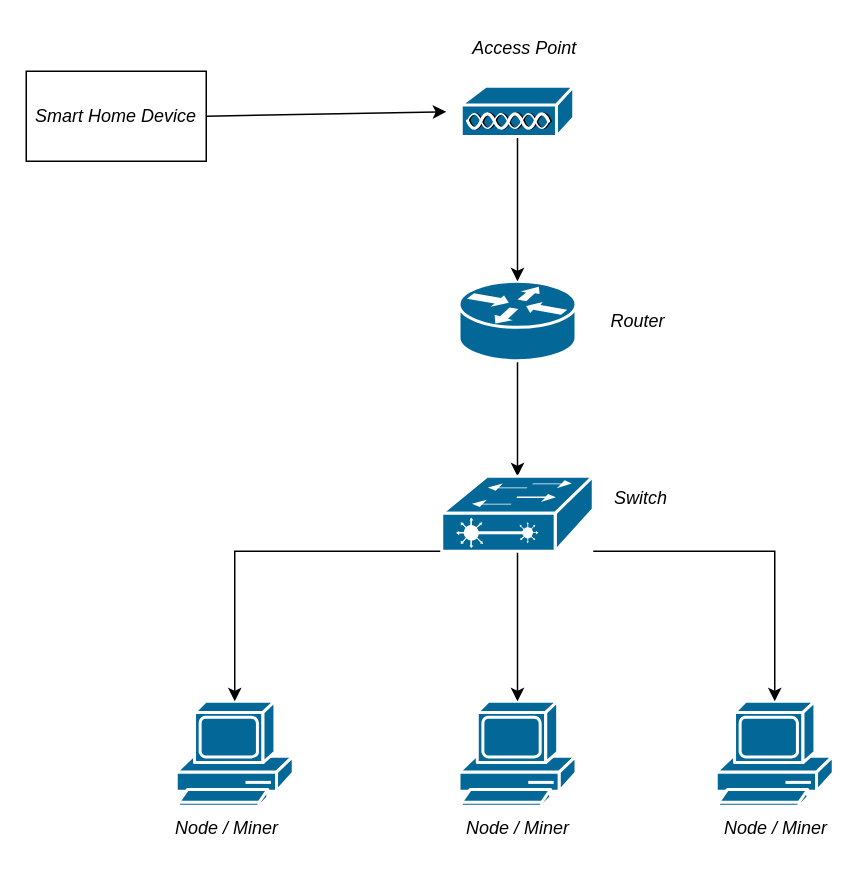
Earlier version of the draw.io diagram Tugas Akhir/Source/Image/bc.drawio (okilalu/report-ta). Source tidied: cells renumbered, new cells numbered last; positions are measured from the earlier drawing's top-left corner, leaving out a move shared by most shapes. Both pictures are drawn from the tidied source at 150%, with x=0, y=0 at pixel (26, 26).
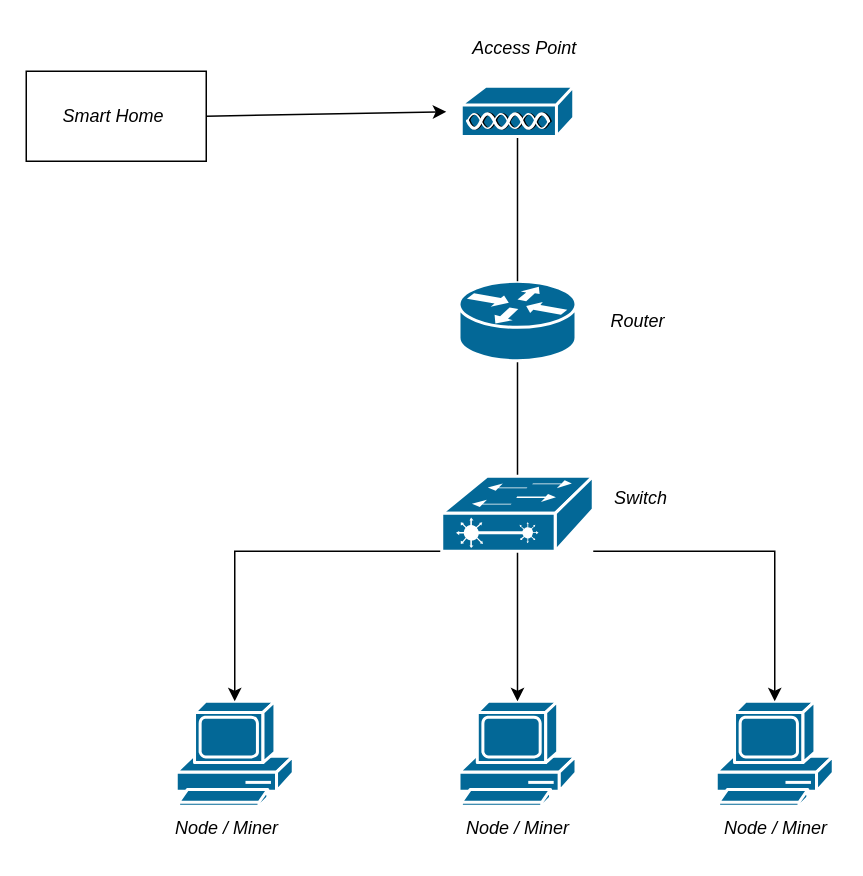
After the change.

Unchanged cells that the change refers to:
```xml
<mxCell id="6" style="shape=mxgraph.cisco.routers.router;sketch=0;html=1;dashed=0;fillColor=#036897;strokeColor=#ffffff;strokeWidth=2;verticalLabelPosition=bottom;verticalAlign=top;align=center;outlineConnect=0;" parent="1" vertex="1">
  <mxGeometry x="288.5" y="170" width="78" height="53" as="geometry" />
</mxCell>
<mxCell id="10" style="shape=mxgraph.cisco.switches.layer_2_remote_switch;sketch=0;html=1;dashed=0;fillColor=#036897;strokeColor=#ffffff;strokeWidth=2;verticalLabelPosition=bottom;verticalAlign=top;align=center;outlineConnect=0;" parent="1" vertex="1">
  <mxGeometry x="277" y="300" width="101" height="50" as="geometry" />
</mxCell>
<mxCell id="12" style="shape=mxgraph.cisco.misc.access_point;sketch=0;html=1;dashed=0;fillColor=#036897;strokeColor=#ffffff;strokeWidth=2;verticalLabelPosition=bottom;verticalAlign=top;align=center;outlineConnect=0;" parent="1" vertex="1">
  <mxGeometry x="290" y="40" width="75" height="34" as="geometry" />
</mxCell>
```

The edit, as a diff of the source:
```diff
@@
-    <mxCell id="5" style="edgeStyle=orthogonalEdgeStyle;rounded=0;jettySize=auto;html=1;" parent="1" edge="1" source="6" target="10">
+    <mxCell id="5" style="edgeStyle=orthogonalEdgeStyle;rounded=0;jettySize=auto;html=1;endArrow=none;endFill=0;" parent="1" edge="1" source="6" target="10">
       <mxGeometry relative="1" as="geometry" />
     </mxCell>
@@
-    <mxCell id="11" style="edgeStyle=orthogonalEdgeStyle;rounded=0;jettySize=auto;html=1;" parent="1" edge="1" source="12" target="6">
+    <mxCell id="11" style="edgeStyle=orthogonalEdgeStyle;rounded=0;jettySize=auto;html=1;endArrow=none;endFill=0;" parent="1" edge="1" source="12" target="6">
       <mxGeometry relative="1" as="geometry" />
     </mxCell>
@@
-    <mxCell id="13" value="&lt;i&gt;Smart Home Device&lt;/i&gt;" style="rounded=0;whiteSpace=wrap;html=1;" parent="1" vertex="1">
+    <mxCell id="13" value="&lt;i&gt;Smart Home&amp;nbsp;&lt;/i&gt;" style="rounded=0;whiteSpace=wrap;html=1;" parent="1" vertex="1">
       <mxGeometry y="30" width="120" height="60" as="geometry" />
     </mxCell>
```
